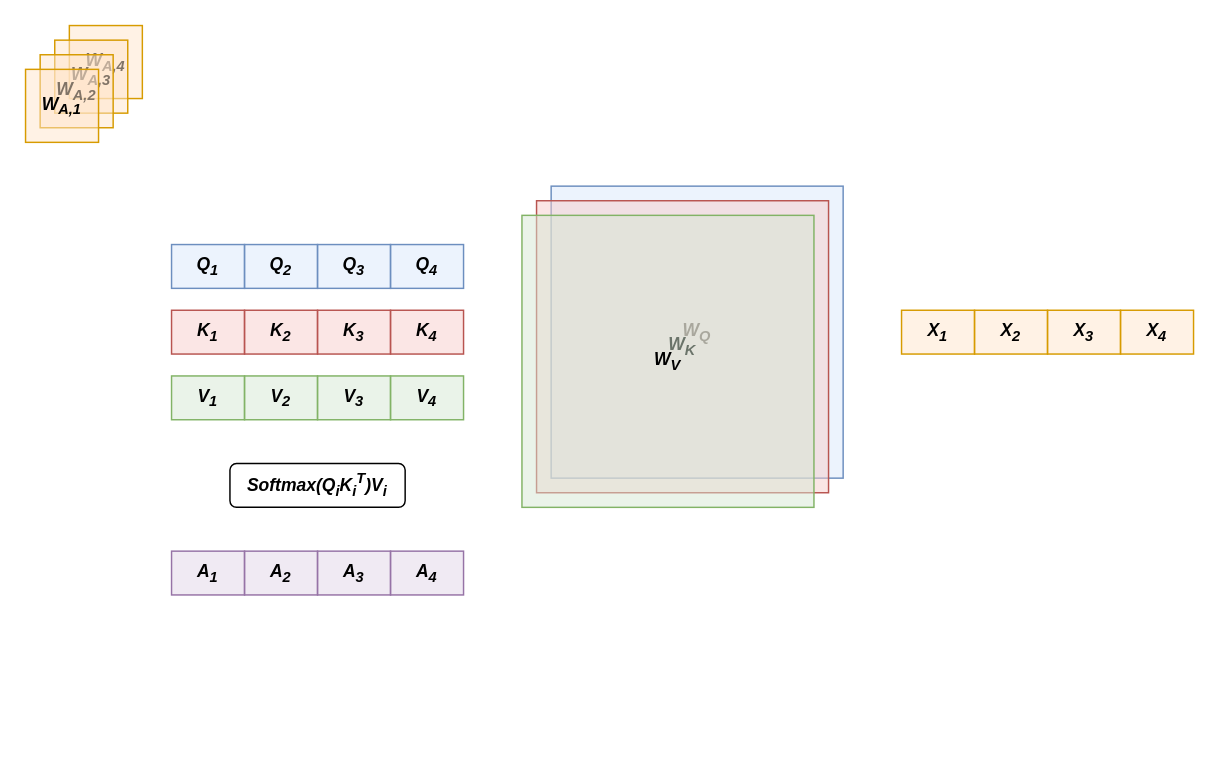
Above: page "第 2 页" (2 of 2) of 未命名绘图2.drawio in ZhangzeqingCN/api-project (draw.io), before the change. Source tidied: cells renumbered, new cells numbered last; positions are measured from the earlier drawing's top-left corner, leaving out a move shared by most shapes. Both pictures are drawn from the tidied source at 146%, with x=0, y=0 at pixel (25, 25).
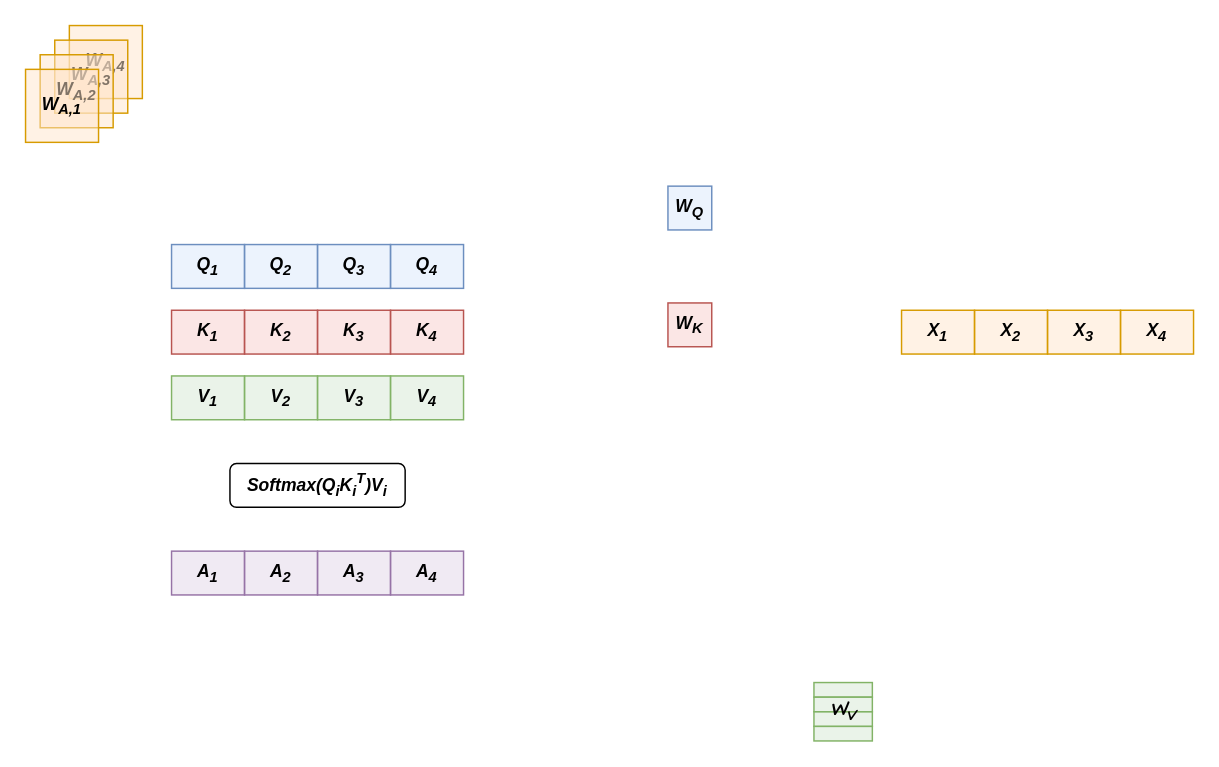
Above is the later version.

Commit message (it also covers changes not shown here):
更新未命名绘图2.drawio

The edit, as a diff of the source:
```diff
@@
     <mxCell id="3" value="&lt;i&gt;&lt;b&gt;W&lt;sub&gt;Q&lt;/sub&gt;&lt;/b&gt;&lt;/i&gt;" style="rounded=0;whiteSpace=wrap;html=1;rotation=0;fillColor=#dae8fc;strokeColor=#6c8ebf;fillOpacity=50;" parent="1" vertex="1">
-      <mxGeometry x="360" y="110" width="200" height="200" as="geometry" />
+      <mxGeometry x="440" y="110" width="30" height="30" as="geometry" />
     </mxCell>
     <mxCell id="4" value="&lt;i&gt;&lt;b&gt;W&lt;sub&gt;K&lt;/sub&gt;&lt;/b&gt;&lt;/i&gt;" style="rounded=0;whiteSpace=wrap;html=1;rotation=0;fillColor=#f8cecc;strokeColor=#b85450;fillOpacity=50;" parent="1" vertex="1">
-      <mxGeometry x="350" y="120" width="200" height="200" as="geometry" />
+      <mxGeometry x="440" y="190" width="30" height="30" as="geometry" />
     </mxCell>
-    <mxCell id="5" value="&lt;i&gt;&lt;b&gt;W&lt;sub&gt;V&lt;/sub&gt;&lt;/b&gt;&lt;/i&gt;" style="rounded=0;whiteSpace=wrap;html=1;rotation=0;fillColor=#d5e8d4;strokeColor=#82b366;fillOpacity=50;" parent="1" vertex="1">
-      <mxGeometry x="340" y="130" width="200" height="200" as="geometry" />
+    <mxCell id="5" style="rounded=0;whiteSpace=wrap;html=1;rotation=0;fillColor=#d5e8d4;strokeColor=#82b366;fillOpacity=50;fontSize=6;" parent="1" vertex="1">
+      <mxGeometry x="540" y="450" width="40" height="10" as="geometry" />
     </mxCell>
@@
+    <mxCell id="30" style="rounded=0;whiteSpace=wrap;html=1;rotation=0;fillColor=#d5e8d4;strokeColor=#82b366;fillOpacity=50;fontSize=6;" parent="1" vertex="1">
+      <mxGeometry x="540" y="460" width="40" height="10" as="geometry" />
+    </mxCell>
+    <mxCell id="31" style="rounded=0;whiteSpace=wrap;html=1;rotation=0;fillColor=#d5e8d4;strokeColor=#82b366;fillOpacity=50;fontSize=6;" parent="1" vertex="1">
+      <mxGeometry x="540" y="480" width="40" height="10" as="geometry" />
+    </mxCell>
+    <mxCell id="32" style="rounded=0;whiteSpace=wrap;html=1;rotation=0;fillColor=#d5e8d4;strokeColor=#82b366;fillOpacity=50;fontSize=6;" parent="1" vertex="1">
+      <mxGeometry x="540" y="470" width="40" height="10" as="geometry" />
+    </mxCell>
+    <mxCell id="33" value="&lt;b&gt;&lt;i&gt;&lt;font face=&quot;Comic Sans MS&quot;&gt;W&lt;sub&gt;V&lt;/sub&gt;&lt;/font&gt;&lt;/i&gt;&lt;/b&gt;" style="text;html=1;align=center;verticalAlign=middle;whiteSpace=wrap;rounded=0;" parent="1" vertex="1">
+      <mxGeometry x="530" y="455" width="60" height="30" as="geometry" />
+    </mxCell>
```
